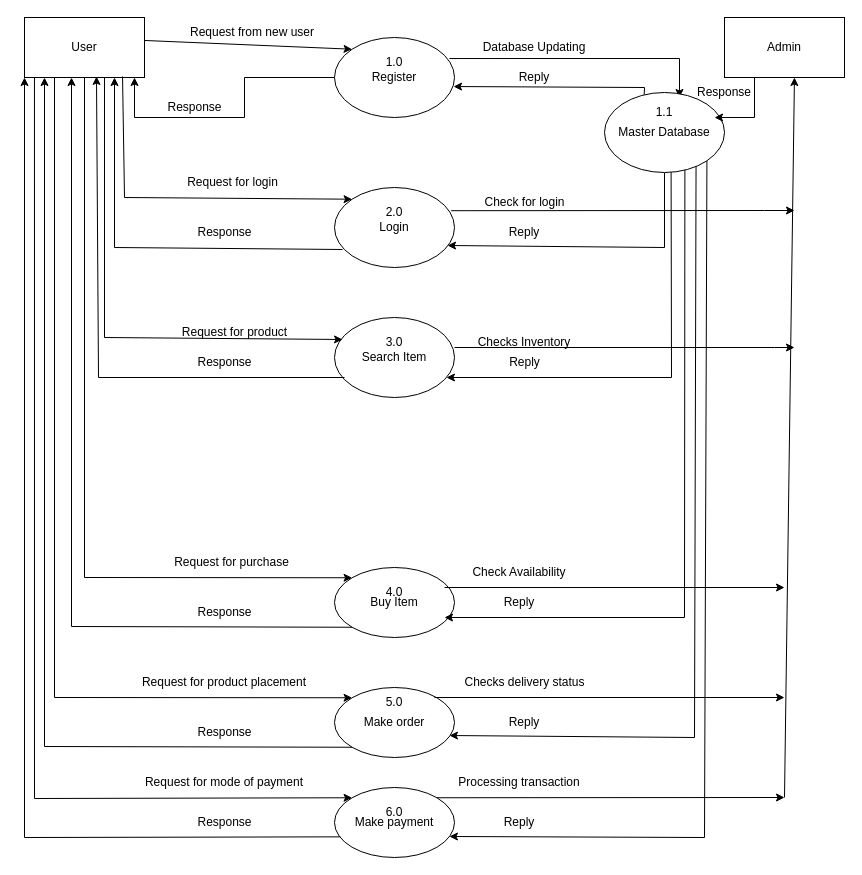
Above: online shopping management level 1.drawio in ShouryaBrahmastra/DFD (draw.io), before the change. Source tidied: cells renumbered, new cells numbered last; positions are measured from the earlier drawing's top-left corner, leaving out a move shared by most shapes. Both pictures are drawn from the tidied source at 100%, with x=0, y=0 at pixel (24, 17).
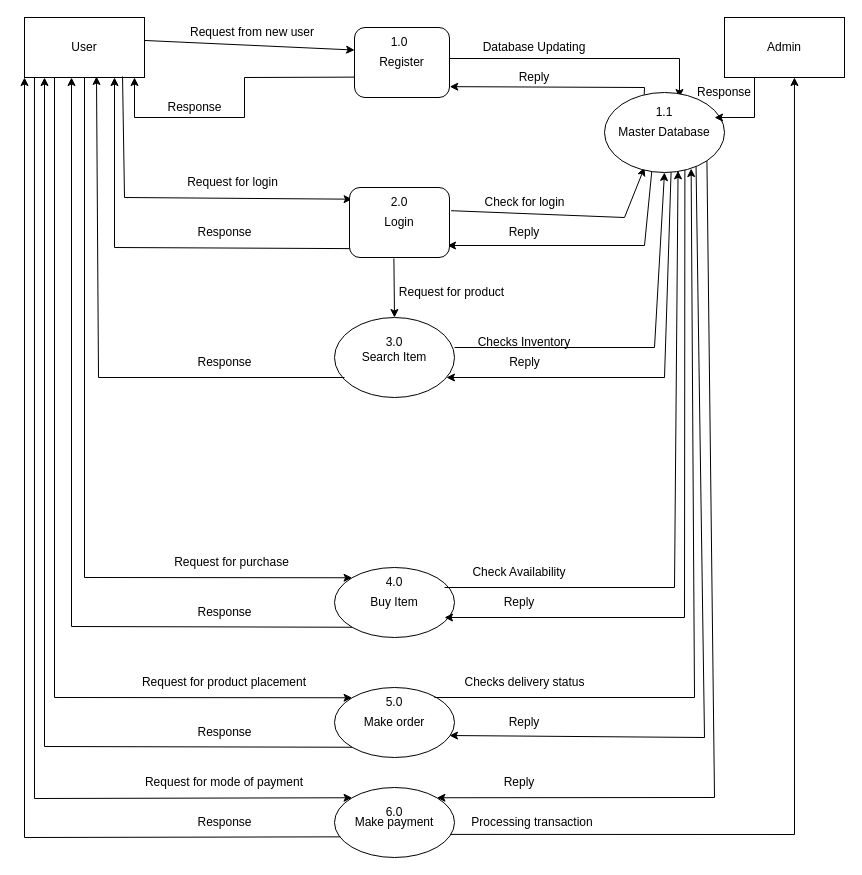
The same diagram, later.

Unchanged cells that the change refers to:
```xml
<mxCell id="2" value="User" style="whiteSpace=wrap;html=1;" parent="1" vertex="1">
  <mxGeometry width="120" height="60" as="geometry" />
</mxCell>
<mxCell id="5" value="Search Item" style="ellipse;whiteSpace=wrap;html=1;" parent="1" vertex="1">
  <mxGeometry x="310" y="300" width="120" height="80" as="geometry" />
</mxCell>
<mxCell id="6" value="Buy Item" style="ellipse;whiteSpace=wrap;html=1;" parent="1" vertex="1">
  <mxGeometry x="310" y="550" width="120" height="70" as="geometry" />
</mxCell>
<mxCell id="27" value="Make order" style="ellipse;whiteSpace=wrap;html=1;" parent="1" vertex="1">
  <mxGeometry x="310" y="670" width="120" height="70" as="geometry" />
</mxCell>
<mxCell id="28" value="Make payment" style="ellipse;whiteSpace=wrap;html=1;" parent="1" vertex="1">
  <mxGeometry x="310" y="770" width="120" height="70" as="geometry" />
</mxCell>
<mxCell id="63" value="Admin" style="rounded=0;whiteSpace=wrap;html=1;" parent="1" vertex="1">
  <mxGeometry x="700" width="120" height="60" as="geometry" />
</mxCell>
<mxCell id="64" value="Master Database" style="ellipse;whiteSpace=wrap;html=1;" parent="1" vertex="1">
  <mxGeometry x="580" y="75" width="120" height="80" as="geometry" />
</mxCell>
<mxCell id="65" value="1.1" style="text;html=1;strokeColor=none;fillColor=none;align=center;verticalAlign=middle;whiteSpace=wrap;rounded=0;" parent="1" vertex="1">
  <mxGeometry x="610" y="80" width="60" height="30" as="geometry" />
</mxCell>
```

Change to the diagram source:
```diff
@@
-    <mxCell id="3" value="Login" style="ellipse;whiteSpace=wrap;html=1;" parent="1" vertex="1">
-      <mxGeometry x="310" y="170" width="120" height="80" as="geometry" />
-    </mxCell>
-    <mxCell id="4" value="Register" style="ellipse;whiteSpace=wrap;html=1;" parent="1" vertex="1">
-      <mxGeometry x="310" y="20" width="120" height="80" as="geometry" />
-    </mxCell>
@@
-    <mxCell id="7" value="1.0" style="text;html=1;strokeColor=none;fillColor=none;align=center;verticalAlign=middle;whiteSpace=wrap;rounded=0;" parent="1" vertex="1">
-      <mxGeometry x="340" y="30" width="60" height="30" as="geometry" />
-    </mxCell>
@@
-    <mxCell id="10" style="endArrow=classic;html=1;rounded=0;exitX=1;exitY=0.383;exitDx=0;exitDy=0;exitPerimeter=0;entryX=0;entryY=0;entryDx=0;entryDy=0;" parent="1" edge="1" source="2" target="4">
+    <mxCell id="10" style="endArrow=classic;html=1;rounded=0;exitX=1;exitY=0.383;exitDx=0;exitDy=0;exitPerimeter=0;entryX=0.001;entryY=0.322;entryDx=0;entryDy=0;entryPerimeter=0;" parent="1" edge="1" source="2" target="4">
       <mxGeometry relative="1" as="geometry" />
     </mxCell>
@@
-    <mxCell id="12" style="endArrow=classic;html=1;rounded=0;" parent="1" edge="1" source="4">
+    <mxCell id="12" style="endArrow=classic;html=1;rounded=0;exitX=-0.005;exitY=0.709;exitDx=0;exitDy=0;exitPerimeter=0;" parent="1" edge="1" source="4">
       <mxGeometry relative="1" as="geometry">
         <mxPoint x="110" y="60" as="targetPoint" />
         <Array as="points">
           <mxPoint x="220" y="60" />
           <mxPoint x="220" y="100" />
           <mxPoint x="110" y="100" />
         </Array>
       </mxGeometry>
     </mxCell>
@@
-    <mxCell id="14" style="endArrow=classic;html=1;rounded=0;exitX=0.958;exitY=0.263;exitDx=0;exitDy=0;exitPerimeter=0;entryX=0.75;entryY=0;entryDx=0;entryDy=0;" parent="1" edge="1" source="4" target="65">
+    <mxCell id="14" style="endArrow=classic;html=1;rounded=0;exitX=0.958;exitY=0.263;exitDx=0;exitDy=0;exitPerimeter=0;entryX=0.75;entryY=0;entryDx=0;entryDy=0;" parent="1" edge="1" target="65">
       <mxGeometry relative="1" as="geometry">
+        <mxPoint x="425" y="41" as="sourcePoint" />
         <Array as="points">
           <mxPoint x="655" y="41" />
         </Array>
       </mxGeometry>
     </mxCell>
@@
-    <mxCell id="16" style="endArrow=classic;html=1;rounded=0;entryX=0.992;entryY=0.613;entryDx=0;entryDy=0;entryPerimeter=0;exitX=0.162;exitY=-0.097;exitDx=0;exitDy=0;exitPerimeter=0;" parent="1" edge="1" source="65" target="4">
+    <mxCell id="16" style="endArrow=classic;html=1;rounded=0;entryX=1.003;entryY=0.845;entryDx=0;entryDy=0;entryPerimeter=0;exitX=0.162;exitY=-0.097;exitDx=0;exitDy=0;exitPerimeter=0;" parent="1" edge="1" source="65" target="4">
       <mxGeometry relative="1" as="geometry">
         <Array as="points">
           <mxPoint x="620" y="70" />
         </Array>
       </mxGeometry>
     </mxCell>
@@
-    <mxCell id="18" style="endArrow=classic;html=1;rounded=0;exitX=0.972;exitY=0.29;exitDx=0;exitDy=0;exitPerimeter=0;" parent="1" edge="1" source="3">
+    <mxCell id="18" style="endArrow=classic;html=1;rounded=0;exitX=0.972;exitY=0.29;exitDx=0;exitDy=0;exitPerimeter=0;entryX=0.333;entryY=0.938;entryDx=0;entryDy=0;entryPerimeter=0;" parent="1" edge="1" target="64">
       <mxGeometry relative="1" as="geometry">
-        <mxPoint x="770" y="193" as="targetPoint" />
+        <mxPoint x="426.6" y="193.2" as="sourcePoint" />
         <Array as="points">
-          <mxPoint x="740" y="193" />
+          <mxPoint x="600" y="200" />
         </Array>
       </mxGeometry>
     </mxCell>
-    <mxCell id="19" style="endArrow=classic;html=1;rounded=0;entryX=0.942;entryY=0.725;entryDx=0;entryDy=0;entryPerimeter=0;exitX=0.5;exitY=1;exitDx=0;exitDy=0;" parent="1" edge="1" source="64" target="3">
+    <mxCell id="19" style="endArrow=classic;html=1;rounded=0;entryX=0.942;entryY=0.725;entryDx=0;entryDy=0;entryPerimeter=0;exitX=0.394;exitY=0.988;exitDx=0;exitDy=0;exitPerimeter=0;" parent="1" edge="1" source="64">
       <mxGeometry relative="1" as="geometry">
+        <mxPoint x="423" y="228" as="targetPoint" />
         <Array as="points">
-          <mxPoint x="640" y="230" />
+          <mxPoint x="620" y="228" />
         </Array>
       </mxGeometry>
     </mxCell>
-    <mxCell id="20" style="endArrow=classic;html=1;rounded=0;" parent="1" edge="1">
+    <mxCell id="20" style="endArrow=classic;html=1;rounded=0;entryX=0.5;entryY=1;entryDx=0;entryDy=0;" parent="1" edge="1" target="64">
       <mxGeometry relative="1" as="geometry">
         <mxPoint x="430" y="330" as="sourcePoint" />
-        <mxPoint x="770" y="330" as="targetPoint" />
         <Array as="points">
-          <mxPoint x="750" y="330" />
+          <mxPoint x="630" y="330" />
         </Array>
       </mxGeometry>
     </mxCell>
     <mxCell id="21" style="endArrow=classic;html=1;rounded=0;entryX=0.933;entryY=0.75;entryDx=0;entryDy=0;entryPerimeter=0;exitX=0.555;exitY=0.987;exitDx=0;exitDy=0;exitPerimeter=0;" parent="1" edge="1" source="64" target="5">
       <mxGeometry relative="1" as="geometry">
         <Array as="points">
-          <mxPoint x="647" y="360" />
+          <mxPoint x="640" y="360" />
         </Array>
       </mxGeometry>
     </mxCell>
-    <mxCell id="22" style="endArrow=classic;html=1;rounded=0;exitX=0.917;exitY=0.286;exitDx=0;exitDy=0;exitPerimeter=0;" parent="1" edge="1" source="6">
+    <mxCell id="22" style="endArrow=classic;html=1;rounded=0;exitX=0.917;exitY=0.286;exitDx=0;exitDy=0;exitPerimeter=0;entryX=0.613;entryY=0.979;entryDx=0;entryDy=0;entryPerimeter=0;" parent="1" edge="1" source="6" target="64">
       <mxGeometry relative="1" as="geometry">
-        <mxPoint x="760" y="570" as="targetPoint" />
+        <Array as="points">
+          <mxPoint x="650" y="570" />
+        </Array>
       </mxGeometry>
     </mxCell>
@@
-    <mxCell id="24" style="endArrow=classic;html=1;rounded=0;exitX=0.817;exitY=0.983;exitDx=0;exitDy=0;exitPerimeter=0;entryX=0;entryY=0;entryDx=0;entryDy=0;" parent="1" edge="1" source="2" target="3">
+    <mxCell id="24" style="endArrow=classic;html=1;rounded=0;exitX=0.817;exitY=0.983;exitDx=0;exitDy=0;exitPerimeter=0;entryX=0;entryY=0;entryDx=0;entryDy=0;" parent="1" edge="1" source="2">
       <mxGeometry relative="1" as="geometry">
+        <mxPoint x="327.6" y="181.7" as="targetPoint" />
         <Array as="points">
           <mxPoint x="100" y="180" />
         </Array>
       </mxGeometry>
     </mxCell>
-    <mxCell id="25" style="endArrow=classic;html=1;rounded=0;entryX=0.067;entryY=0.275;entryDx=0;entryDy=0;entryPerimeter=0;" parent="1" edge="1" target="5">
-      <mxGeometry relative="1" as="geometry">
-        <mxPoint x="80" y="60" as="sourcePoint" />
-        <Array as="points">
-          <mxPoint x="80" y="320" />
-        </Array>
-      </mxGeometry>
-    </mxCell>
-    <mxCell id="26" style="endArrow=classic;html=1;rounded=0;entryX=0.75;entryY=1;entryDx=0;entryDy=0;exitX=0.067;exitY=0.775;exitDx=0;exitDy=0;exitPerimeter=0;" parent="1" edge="1" source="3" target="2">
+    <mxCell id="26" style="endArrow=classic;html=1;rounded=0;entryX=0.75;entryY=1;entryDx=0;entryDy=0;exitX=0.003;exitY=0.873;exitDx=0;exitDy=0;exitPerimeter=0;" parent="1" edge="1" source="3" target="2">
       <mxGeometry relative="1" as="geometry">
         <Array as="points">
           <mxPoint x="90" y="230" />
         </Array>
       </mxGeometry>
     </mxCell>
@@
-    <mxCell id="29" style="endArrow=classic;html=1;rounded=0;" parent="1" edge="1">
+    <mxCell id="29" style="endArrow=classic;html=1;rounded=0;entryX=0.722;entryY=0.951;entryDx=0;entryDy=0;entryPerimeter=0;" parent="1" edge="1" target="64">
       <mxGeometry relative="1" as="geometry">
         <mxPoint x="410" y="680" as="sourcePoint" />
-        <mxPoint x="760" y="680" as="targetPoint" />
+        <Array as="points">
+          <mxPoint x="670" y="680" />
+        </Array>
       </mxGeometry>
     </mxCell>
     <mxCell id="30" style="endArrow=classic;html=1;rounded=0;entryX=0.958;entryY=0.686;entryDx=0;entryDy=0;entryPerimeter=0;exitX=0.763;exitY=0.917;exitDx=0;exitDy=0;exitPerimeter=0;" parent="1" edge="1" source="64" target="27">
       <mxGeometry relative="1" as="geometry">
         <Array as="points">
-          <mxPoint x="670" y="720" />
+          <mxPoint x="680" y="720" />
         </Array>
       </mxGeometry>
     </mxCell>
     <mxCell id="31" value="4.0" style="text;html=1;strokeColor=none;fillColor=none;align=center;verticalAlign=middle;whiteSpace=wrap;rounded=0;" parent="1" vertex="1">
-      <mxGeometry x="340" y="560" width="60" height="30" as="geometry" />
+      <mxGeometry x="340" y="550" width="60" height="30" as="geometry" />
     </mxCell>
@@
-    <mxCell id="34" style="endArrow=classic;html=1;rounded=0;exitX=1;exitY=0;exitDx=0;exitDy=0;" parent="1" edge="1" source="28">
-      <mxGeometry relative="1" as="geometry">
-        <mxPoint x="760" y="780" as="targetPoint" />
-      </mxGeometry>
-    </mxCell>
-    <mxCell id="35" style="endArrow=classic;html=1;rounded=0;entryX=0.958;entryY=0.7;entryDx=0;entryDy=0;entryPerimeter=0;exitX=1;exitY=1;exitDx=0;exitDy=0;" parent="1" edge="1" source="64" target="28">
+    <mxCell id="35" style="endArrow=classic;html=1;rounded=0;entryX=1;entryY=0;entryDx=0;entryDy=0;exitX=1;exitY=1;exitDx=0;exitDy=0;" parent="1" edge="1" source="64" target="28">
       <mxGeometry relative="1" as="geometry">
         <Array as="points">
-          <mxPoint x="680" y="820" />
+          <mxPoint x="690" y="780" />
         </Array>
       </mxGeometry>
     </mxCell>
@@
     <mxCell id="43" value="Request for product" style="text;html=1;strokeColor=none;fillColor=none;align=center;verticalAlign=middle;whiteSpace=wrap;rounded=0;" parent="1" vertex="1">
-      <mxGeometry x="152.5" y="300" width="115" height="30" as="geometry" />
+      <mxGeometry x="370" y="260" width="115" height="30" as="geometry" />
     </mxCell>
@@
     <mxCell id="54" value="Reply" style="text;html=1;strokeColor=none;fillColor=none;align=center;verticalAlign=middle;whiteSpace=wrap;rounded=0;" parent="1" vertex="1">
-      <mxGeometry x="465" y="790" width="60" height="30" as="geometry" />
+      <mxGeometry x="465" y="750" width="60" height="30" as="geometry" />
     </mxCell>
@@
     <mxCell id="62" value="Processing transaction" style="text;html=1;strokeColor=none;fillColor=none;align=center;verticalAlign=middle;whiteSpace=wrap;rounded=0;" parent="1" vertex="1">
-      <mxGeometry x="425" y="750" width="140" height="30" as="geometry" />
+      <mxGeometry x="437.5" y="790" width="140" height="30" as="geometry" />
     </mxCell>
@@
-    <mxCell id="68" style="endArrow=classic;html=1;rounded=0;entryX=0.583;entryY=1;entryDx=0;entryDy=0;entryPerimeter=0;" parent="1" edge="1" target="63">
+    <mxCell id="68" style="endArrow=classic;html=1;rounded=0;entryX=0.583;entryY=1;entryDx=0;entryDy=0;entryPerimeter=0;exitX=0.965;exitY=0.67;exitDx=0;exitDy=0;exitPerimeter=0;" parent="1" edge="1" source="28" target="63">
       <mxGeometry relative="1" as="geometry">
-        <mxPoint x="760" y="780" as="sourcePoint" />
+        <Array as="points">
+          <mxPoint x="770" y="817" />
+        </Array>
       </mxGeometry>
     </mxCell>
+    <mxCell id="69" style="endArrow=classic;html=1;rounded=0;exitX=0.444;exitY=1.013;exitDx=0;exitDy=0;exitPerimeter=0;" parent="1" edge="1" source="3" target="5">
+      <mxGeometry relative="1" as="geometry" />
+    </mxCell>
+    <mxCell id="4" value="Register" style="rounded=1;whiteSpace=wrap;html=1;" parent="1" vertex="1">
+      <mxGeometry x="330" y="10" width="95" height="70" as="geometry" />
+    </mxCell>
+    <mxCell id="7" value="1.0" style="text;html=1;strokeColor=none;fillColor=none;align=center;verticalAlign=middle;whiteSpace=wrap;rounded=0;" parent="1" vertex="1">
+      <mxGeometry x="345" y="10" width="60" height="30" as="geometry" />
+    </mxCell>
+    <mxCell id="3" value="Login" style="rounded=1;whiteSpace=wrap;html=1;" parent="1" vertex="1">
+      <mxGeometry x="325" y="170" width="100" height="70" as="geometry" />
+    </mxCell>
+    <mxCell id="70" value="2.0" style="text;html=1;strokeColor=none;fillColor=none;align=center;verticalAlign=middle;whiteSpace=wrap;rounded=0;" parent="1" vertex="1">
+      <mxGeometry x="345" y="170" width="60" height="30" as="geometry" />
+    </mxCell>
```
